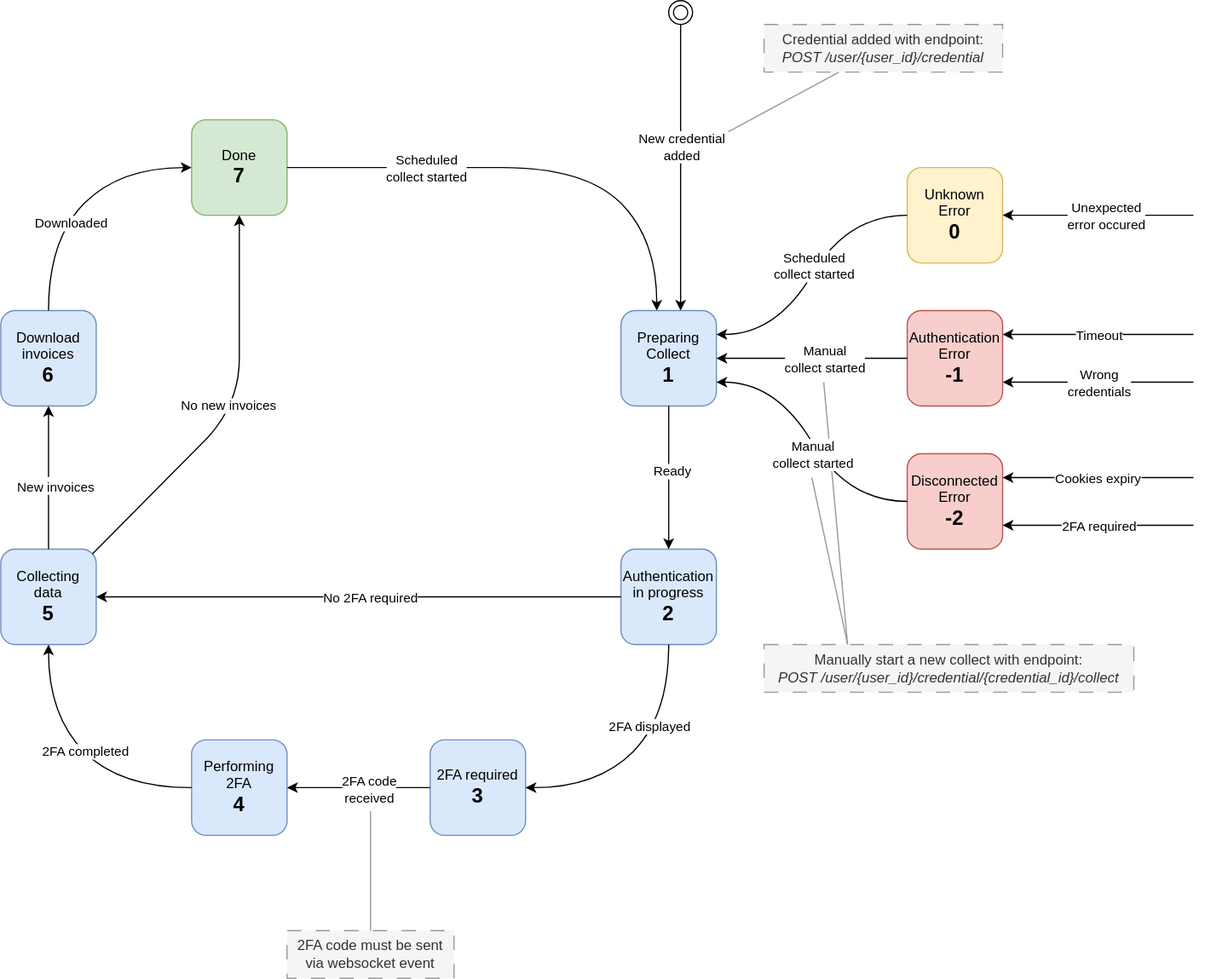
invoice-collector/website keeps this draw.io diagram as docs/diagrams/state_diagram.svg. Above is the earlier version. Source tidied: cells renumbered, new cells last; positions are measured from the earlier drawing's top-left corner, leaving out a move shared by most shapes.
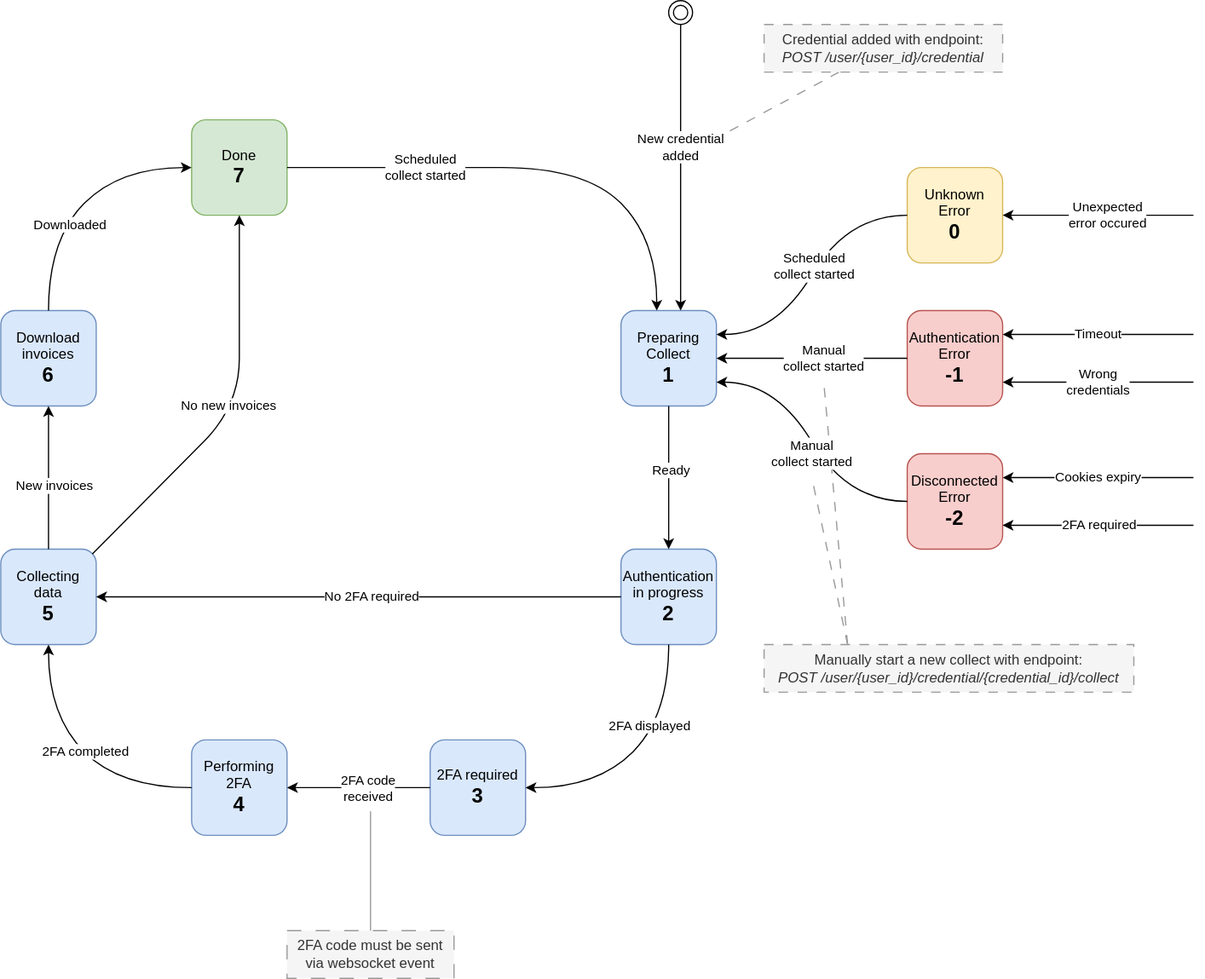
After the change.

The edit, as a diff of the source:
```diff
@@ -2,7 +2,7 @@
   <root>
     <mxCell id="0" />
     <mxCell id="1" parent="0" />
-    <mxCell id="2" style="edgeStyle=none;html=1;endArrow=none;endFill=0;strokeColor=#999999;" parent="1" edge="1">
+    <mxCell id="2" style="edgeStyle=none;html=1;endArrow=none;endFill=0;strokeColor=#999999;dashed=1;dashPattern=8 8;" parent="1" edge="1">
       <mxGeometry relative="1" as="geometry">
         <mxPoint x="710" y="540" as="sourcePoint" />
         <mxPoint x="690" y="320" as="targetPoint" />
@@ -227,18 +227,18 @@
         <mxPoint x="20" y="3" as="offset" />
       </mxGeometry>
     </mxCell>
-    <mxCell id="51" style="edgeStyle=none;html=1;endArrow=none;endFill=0;strokeColor=#999999;" parent="1" edge="1" source="52">
+    <mxCell id="51" style="edgeStyle=none;html=1;endArrow=none;endFill=0;strokeColor=#999999;dashed=1;dashPattern=8 8;" parent="1" edge="1" source="52">
       <mxGeometry relative="1" as="geometry">
         <mxPoint x="610" y="110" as="targetPoint" />
       </mxGeometry>
     </mxCell>
-    <mxCell id="52" value="&lt;div&gt;Credential added with endpoint:&lt;/div&gt;&lt;i&gt;POST /user/{user_id}/credential&lt;/i&gt;" style="whiteSpace=wrap;html=1;fillColor=#f5f5f5;fontColor=#333333;strokeColor=#999999;dashed=1;dashPattern=12 12;align=center;spacingLeft=0;" parent="1" vertex="1">
+    <mxCell id="52" value="&lt;div&gt;Credential added with endpoint:&lt;/div&gt;&lt;i&gt;POST /user/{user_id}/credential&lt;/i&gt;" style="whiteSpace=wrap;html=1;fillColor=#f5f5f5;fontColor=#333333;strokeColor=#999999;dashed=1;dashPattern=8 8;align=center;spacingLeft=0;" parent="1" vertex="1">
       <mxGeometry x="640" y="20" width="200" height="40" as="geometry" />
     </mxCell>
-    <mxCell id="53" value="&lt;div&gt;Manually start a new collect with endpoint:&lt;/div&gt;&lt;i&gt;POST /user/{user_id}/credential/{credential_id}/collect&lt;/i&gt;" style="whiteSpace=wrap;html=1;fillColor=#f5f5f5;fontColor=#333333;strokeColor=#999999;dashed=1;dashPattern=12 12;align=center;spacingLeft=0;" parent="1" vertex="1">
+    <mxCell id="53" value="&lt;div&gt;Manually start a new collect with endpoint:&lt;/div&gt;&lt;i&gt;POST /user/{user_id}/credential/{credential_id}/collect&lt;/i&gt;" style="whiteSpace=wrap;html=1;fillColor=#f5f5f5;fontColor=#333333;strokeColor=#999999;dashed=1;align=center;spacingLeft=0;dashPattern=8 8;" parent="1" vertex="1">
       <mxGeometry x="640" y="540" width="310" height="40" as="geometry" />
     </mxCell>
-    <mxCell id="54" style="edgeStyle=none;html=1;endArrow=none;endFill=0;strokeColor=#999999;" parent="1" edge="1">
+    <mxCell id="54" style="edgeStyle=none;html=1;endArrow=none;endFill=0;strokeColor=#999999;dashed=1;dashPattern=8 8;" parent="1" edge="1">
       <mxGeometry relative="1" as="geometry">
         <mxPoint x="710" y="540" as="sourcePoint" />
         <mxPoint x="680" y="400" as="targetPoint" />
```
